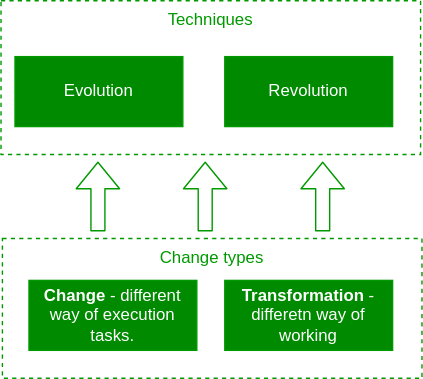
Above: 02. Service Management/Images/change_types.drawio.svg in EnProxima/Experience (draw.io), before the change. Source tidied: cells renumbered, new cells last; positions are measured from the earlier drawing's top-left corner, leaving out a move shared by most shapes.
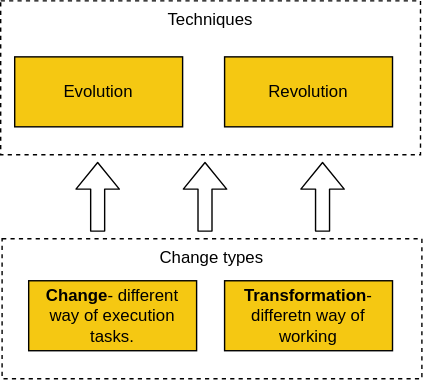
The same diagram one commit later.

Diff of the diagram source:
```diff
@@ -2,37 +2,37 @@
   <root>
     <mxCell id="0" />
     <mxCell id="1" parent="0" />
-    <mxCell id="2" value="&lt;span style=&quot;&quot;&gt;Techniques&lt;/span&gt;" style="rounded=0;whiteSpace=wrap;html=1;verticalAlign=top;dashed=1;fillColor=none;strokeColor=#009900;fontColor=#009900;" parent="1" vertex="1">
+    <mxCell id="2" value="&lt;span style=&quot;&quot;&gt;Techniques&lt;/span&gt;" style="rounded=0;whiteSpace=wrap;html=1;verticalAlign=top;dashed=1;fillColor=none;" parent="1" vertex="1">
       <mxGeometry width="300" height="110" as="geometry" />
     </mxCell>
-    <mxCell id="3" value="Change types" style="rounded=0;whiteSpace=wrap;html=1;verticalAlign=top;dashed=1;fillColor=none;strokeColor=#009900;fontColor=#009900;" parent="1" vertex="1">
+    <mxCell id="3" value="Change types" style="rounded=0;whiteSpace=wrap;html=1;verticalAlign=top;dashed=1;fillColor=none;" parent="1" vertex="1">
       <mxGeometry x="1" y="170" width="300" height="100" as="geometry" />
     </mxCell>
-    <mxCell id="4" value="Evolution" style="rounded=0;whiteSpace=wrap;html=1;fillColor=#008a00;fontColor=#ffffff;strokeColor=#009900;" parent="1" vertex="1">
+    <mxCell id="4" value="Evolution" style="rounded=0;whiteSpace=wrap;html=1;fillColor=#F5C812;" parent="1" vertex="1">
       <mxGeometry x="10" y="40" width="120" height="50" as="geometry" />
     </mxCell>
-    <mxCell id="5" value="Revolution" style="rounded=0;whiteSpace=wrap;html=1;fillColor=#008a00;fontColor=#ffffff;strokeColor=#009900;" parent="1" vertex="1">
+    <mxCell id="5" value="Revolution" style="rounded=0;whiteSpace=wrap;html=1;fillColor=#F5C812;" parent="1" vertex="1">
       <mxGeometry x="160" y="40" width="120" height="50" as="geometry" />
     </mxCell>
-    <mxCell id="6" value="&lt;b&gt;Change&lt;/b&gt;- different way of execution tasks." style="rounded=0;whiteSpace=wrap;html=1;fillColor=#008a00;fontColor=#ffffff;strokeColor=#009900;" parent="1" vertex="1">
+    <mxCell id="6" value="&lt;b&gt;Change&lt;/b&gt;- different way of execution tasks." style="rounded=0;whiteSpace=wrap;html=1;fillColor=#F5C812;" parent="1" vertex="1">
       <mxGeometry x="20" y="200" width="120" height="50" as="geometry" />
     </mxCell>
-    <mxCell id="7" value="&lt;b&gt;Transformation&lt;/b&gt;- differetn way of working" style="rounded=0;whiteSpace=wrap;html=1;fillColor=#008a00;fontColor=#ffffff;strokeColor=#009900;" parent="1" vertex="1">
+    <mxCell id="7" value="&lt;b&gt;Transformation&lt;/b&gt;- differetn way of working" style="rounded=0;whiteSpace=wrap;html=1;fillColor=#F5C812;" parent="1" vertex="1">
       <mxGeometry x="160" y="200" width="120" height="50" as="geometry" />
     </mxCell>
-    <mxCell id="8" style="shape=flexArrow;endArrow=classic;html=1;strokeColor=#009900;" parent="1" edge="1">
+    <mxCell id="8" style="shape=flexArrow;endArrow=classic;html=1;" parent="1" edge="1">
       <mxGeometry relative="1" as="geometry">
         <mxPoint x="69.3" y="165" as="sourcePoint" />
         <mxPoint x="69.3" y="115" as="targetPoint" />
       </mxGeometry>
     </mxCell>
-    <mxCell id="9" style="shape=flexArrow;endArrow=classic;html=1;strokeColor=#009900;" parent="1" edge="1">
+    <mxCell id="9" style="shape=flexArrow;endArrow=classic;html=1;" parent="1" edge="1">
       <mxGeometry relative="1" as="geometry">
         <mxPoint x="146" y="165" as="sourcePoint" />
         <mxPoint x="146" y="115" as="targetPoint" />
       </mxGeometry>
     </mxCell>
-    <mxCell id="10" style="shape=flexArrow;endArrow=classic;html=1;strokeColor=#009900;" parent="1" edge="1">
+    <mxCell id="10" style="shape=flexArrow;endArrow=classic;html=1;" parent="1" edge="1">
       <mxGeometry relative="1" as="geometry">
         <mxPoint x="230" y="165" as="sourcePoint" />
         <mxPoint x="230" y="115" as="targetPoint" />
```
